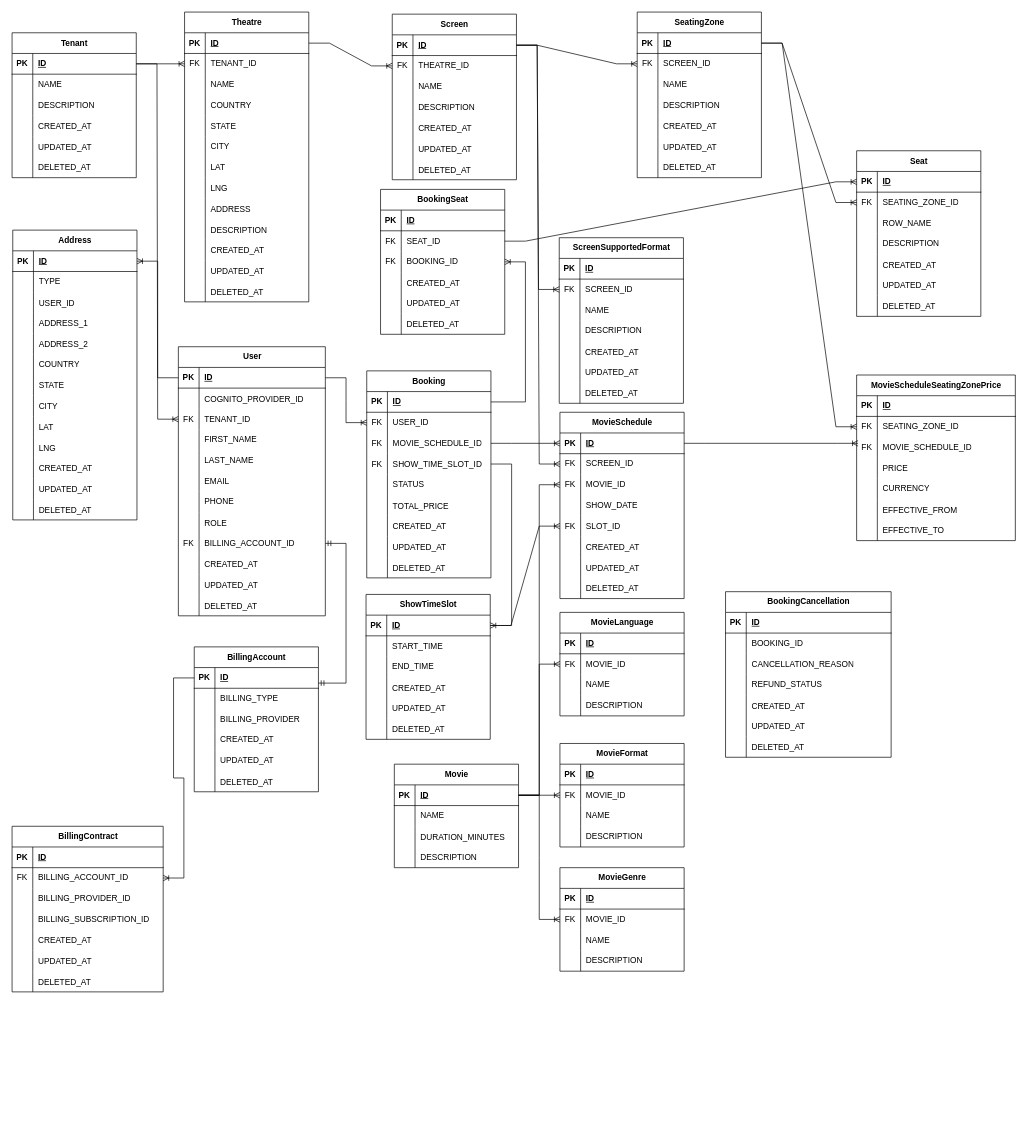
itzmedinesh/drawings keeps this draw.io diagram as Untitled Diagram.drawio. Above is the earlier version. Source tidied: cells renumbered, new cells numbered last; positions are measured from the earlier drawing's top-left corner, leaving out a move shared by most shapes. Both pictures are drawn from the tidied source at 69%, with x=0, y=0 at pixel (-50, 12).
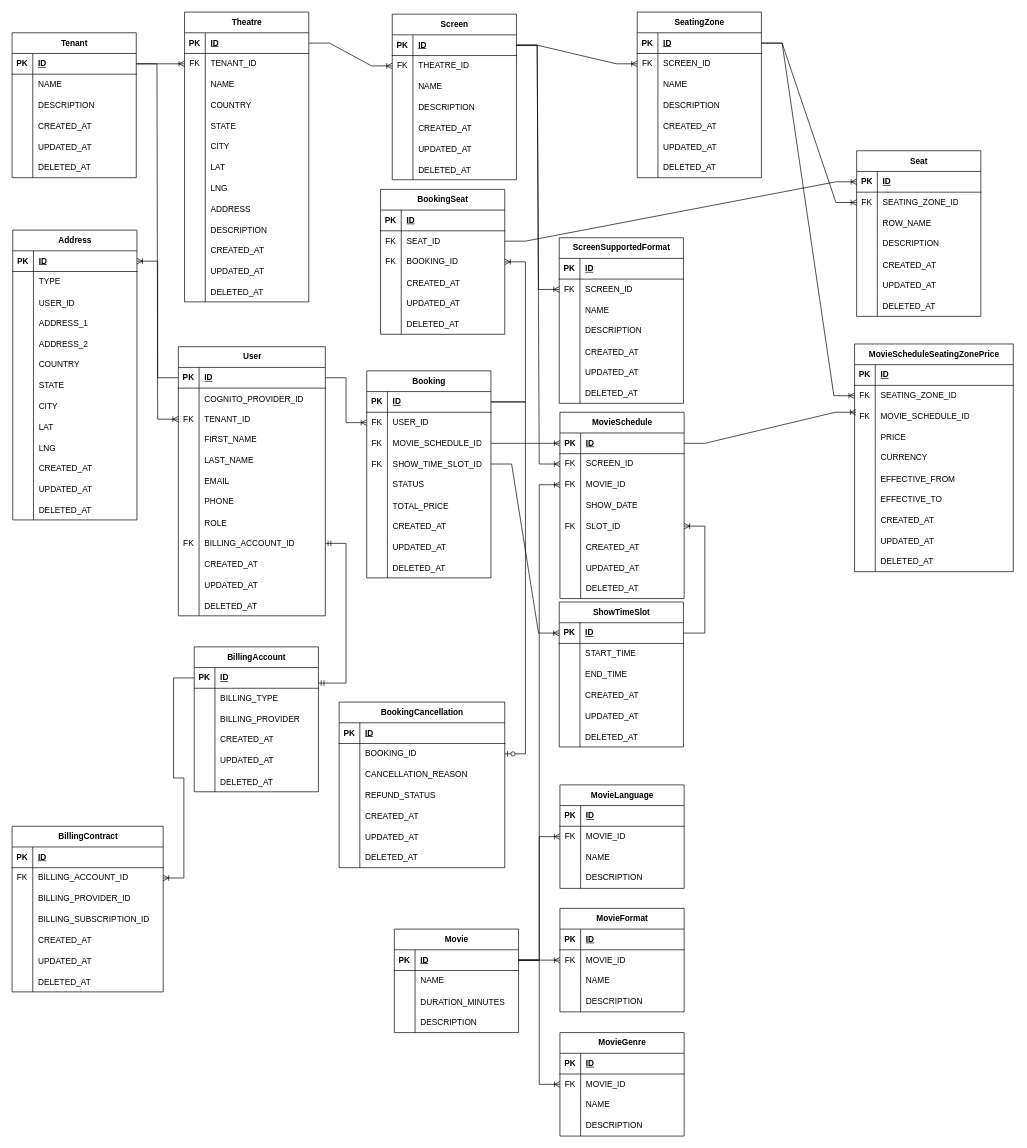
After the change.

Commit message:
Update booking cancellation

The change refers to these unchanged cells:
```xml
<mxCell id="211" style="shape=tableRow;horizontal=0;startSize=0;swimlaneHead=0;swimlaneBody=0;fillColor=none;points=[[0,0.5],[1,0.5]];portConstraint=eastwest;top=0;left=0;right=0;bottom=1;" parent="210" vertex="1">
  <mxGeometry y="30" width="180" height="30" as="geometry" />
</mxCell>
<mxCell id="227" style="shape=tableRow;horizontal=0;startSize=0;swimlaneHead=0;swimlaneBody=0;fillColor=none;points=[[0,0.5],[1,0.5]];portConstraint=eastwest;top=0;left=0;right=0;bottom=0;" parent="223" vertex="1">
  <mxGeometry y="60" width="180" height="30" as="geometry" />
</mxCell>
<mxCell id="314" style="shape=tableRow;horizontal=0;startSize=0;swimlaneHead=0;swimlaneBody=0;fillColor=none;points=[[0,0.5],[1,0.5]];portConstraint=eastwest;top=0;left=0;right=0;bottom=1;" parent="313" vertex="1">
  <mxGeometry y="30" width="180" height="30" as="geometry" />
</mxCell>
<mxCell id="336" style="shape=tableRow;horizontal=0;startSize=0;swimlaneHead=0;swimlaneBody=0;fillColor=none;points=[[0,0.5],[1,0.5]];portConstraint=eastwest;top=0;left=0;right=0;bottom=1;" parent="335" vertex="1">
  <mxGeometry y="30" width="180" height="30" as="geometry" />
</mxCell>
<mxCell id="345" style="shape=tableRow;horizontal=0;startSize=0;swimlaneHead=0;swimlaneBody=0;fillColor=none;points=[[0,0.5],[1,0.5]];portConstraint=eastwest;top=0;left=0;right=0;bottom=0;" parent="335" vertex="1">
  <mxGeometry y="120" width="180" height="30" as="geometry" />
</mxCell>
<mxCell id="458" style="shape=tableRow;horizontal=0;startSize=0;swimlaneHead=0;swimlaneBody=0;fillColor=none;points=[[0,0.5],[1,0.5]];portConstraint=eastwest;top=0;left=0;right=0;bottom=0;" parent="454" vertex="1">
  <mxGeometry y="60" width="240" height="30" as="geometry" />
</mxCell>
```

The edit, as a diff of the source:
```diff
@@
     <mxCell id="210" value="Movie" style="shape=table;startSize=30;childLayout=tableLayout;rowLines=0;fontStyle=1;align=center;html=1;" parent="1" vertex="1">
-      <mxGeometry x="644" y="1090" width="180" height="150" as="geometry" />
+      <mxGeometry x="644" y="1329" width="180" height="150" as="geometry" />
     </mxCell>
@@
     <mxCell id="223" value="MovieFormat" style="shape=table;startSize=30;childLayout=tableLayout;rowLines=0;fontStyle=1;align=center;html=1;" parent="1" vertex="1">
-      <mxGeometry x="884" y="1060" width="180" height="150" as="geometry" />
+      <mxGeometry x="884" y="1299" width="180" height="150" as="geometry" />
     </mxCell>
@@
     <mxCell id="236" value="MovieLanguage" style="shape=table;startSize=30;childLayout=tableLayout;rowLines=0;fontStyle=1;align=center;html=1;" parent="1" vertex="1">
-      <mxGeometry x="884" y="870" width="180" height="150" as="geometry" />
+      <mxGeometry x="884" y="1120" width="180" height="150" as="geometry" />
     </mxCell>
@@
     <mxCell id="249" value="MovieGenre" style="shape=table;startSize=30;childLayout=tableLayout;rowLines=0;fontStyle=1;align=center;html=1;" parent="1" vertex="1">
-      <mxGeometry x="884" y="1240" width="180" height="150" as="geometry" />
+      <mxGeometry x="884" y="1479" width="180" height="150" as="geometry" />
     </mxCell>
@@
     <mxCell id="263" style="edgeStyle=entityRelationEdgeStyle;fontSize=12;html=1;endArrow=ERoneToMany;rounded=0;exitX=1;exitY=0.5;exitDx=0;exitDy=0;entryX=0;entryY=0.5;entryDx=0;entryDy=0;" parent="1" edge="1" source="211" target="227">
       <mxGeometry relative="1" as="geometry">
         <Array as="points">
-          <mxPoint x="1101" y="980" />
+          <mxPoint x="1101" y="1219" />
         </Array>
       </mxGeometry>
     </mxCell>
@@
     <mxCell id="313" value="ShowTimeSlot" style="shape=table;startSize=30;childLayout=tableLayout;rowLines=0;fontStyle=1;align=center;html=1;" parent="1" vertex="1">
-      <mxGeometry x="603" y="844" width="180" height="210" as="geometry" />
+      <mxGeometry x="883" y="855" width="180" height="210" as="geometry" />
     </mxCell>
@@
-    <mxCell id="365" style="edgeStyle=entityRelationEdgeStyle;fontSize=12;html=1;endArrow=ERoneToMany;rounded=0;entryX=1;entryY=0.5;entryDx=0;entryDy=0;" parent="1" edge="1" source="345" target="314">
+    <mxCell id="365" style="edgeStyle=entityRelationEdgeStyle;fontSize=12;html=1;endArrow=ERoneToMany;rounded=0;entryX=0;entryY=0.5;entryDx=0;entryDy=0;" parent="1" edge="1" source="345" target="314">
       <mxGeometry relative="1" as="geometry" />
     </mxCell>
@@
     <mxCell id="387" value="MovieScheduleSeatingZonePrice" style="shape=table;startSize=30;childLayout=tableLayout;rowLines=0;fontStyle=1;align=center;html=1;" parent="1" vertex="1">
-      <mxGeometry x="1314" y="526" width="230" height="240" as="geometry" />
+      <mxGeometry x="1311" y="481" width="230" height="330" as="geometry" />
     </mxCell>
@@
+    <mxCell id="476" style="shape=tableRow;horizontal=0;startSize=0;swimlaneHead=0;swimlaneBody=0;fillColor=none;top=0;left=0;right=0;bottom=0;" parent="387" vertex="1">
+      <mxGeometry y="240" width="230" height="30" as="geometry" />
+    </mxCell>
+    <mxCell id="477" style="shape=partialRectangle;fillColor=none;top=0;left=0;bottom=0;right=0;overflow=hidden;" parent="476" vertex="1">
+      <mxGeometry width="30" height="30" as="geometry" />
+    </mxCell>
+    <mxCell id="478" value="CREATED_AT" style="shape=partialRectangle;fillColor=none;top=0;left=0;bottom=0;right=0;align=left;spacingLeft=6;overflow=hidden;" parent="476" vertex="1">
+      <mxGeometry x="30" width="200" height="30" as="geometry" />
+    </mxCell>
+    <mxCell id="479" style="shape=tableRow;horizontal=0;startSize=0;swimlaneHead=0;swimlaneBody=0;fillColor=none;top=0;left=0;right=0;bottom=0;" parent="387" vertex="1">
+      <mxGeometry y="270" width="230" height="30" as="geometry" />
+    </mxCell>
+    <mxCell id="480" style="shape=partialRectangle;fillColor=none;top=0;left=0;bottom=0;right=0;overflow=hidden;" parent="479" vertex="1">
+      <mxGeometry width="30" height="30" as="geometry" />
+    </mxCell>
+    <mxCell id="481" value="UPDATED_AT" style="shape=partialRectangle;fillColor=none;top=0;left=0;bottom=0;right=0;align=left;spacingLeft=6;overflow=hidden;" parent="479" vertex="1">
+      <mxGeometry x="30" width="200" height="30" as="geometry" />
+    </mxCell>
+    <mxCell id="482" style="shape=tableRow;horizontal=0;startSize=0;swimlaneHead=0;swimlaneBody=0;fillColor=none;top=0;left=0;right=0;bottom=0;" parent="387" vertex="1">
+      <mxGeometry y="300" width="230" height="30" as="geometry" />
+    </mxCell>
+    <mxCell id="483" style="shape=partialRectangle;fillColor=none;top=0;left=0;bottom=0;right=0;overflow=hidden;" parent="482" vertex="1">
+      <mxGeometry width="30" height="30" as="geometry" />
+    </mxCell>
+    <mxCell id="484" value="DELETED_AT" style="shape=partialRectangle;fillColor=none;top=0;left=0;bottom=0;right=0;align=left;spacingLeft=6;overflow=hidden;" parent="482" vertex="1">
+      <mxGeometry x="30" width="200" height="30" as="geometry" />
+    </mxCell>
@@
     <mxCell id="454" value="BookingCancellation" style="shape=table;startSize=30;childLayout=tableLayout;rowLines=0;fontStyle=1;align=center;html=1;" parent="1" vertex="1">
-      <mxGeometry x="1124" y="840" width="240" height="240" as="geometry" />
+      <mxGeometry x="564" y="1000" width="240" height="240" as="geometry" />
     </mxCell>
@@
+    <mxCell id="485" style="edgeStyle=entityRelationEdgeStyle;fontSize=12;html=1;endArrow=ERzeroToOne;endFill=1;rounded=0;exitX=1;exitY=0.5;exitDx=0;exitDy=0;" parent="1" edge="1" source="336" target="458">
+      <mxGeometry relative="1" as="geometry" />
+    </mxCell>
```
